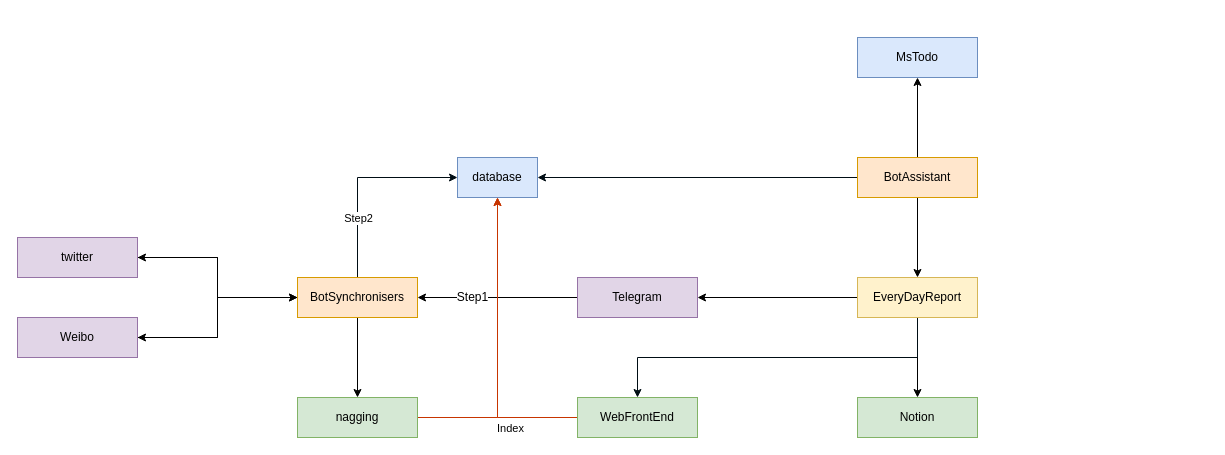
The draw.io diagram sns 同步.drawio in RekiDunois/ImagineThings, before the edit. Source tidied: cells renumbered, new cells numbered last; positions are measured from the earlier drawing's top-left corner, leaving out a move shared by most shapes. Both pictures are drawn from the tidied source at 100%, with x=0, y=0 at pixel (17, 37).
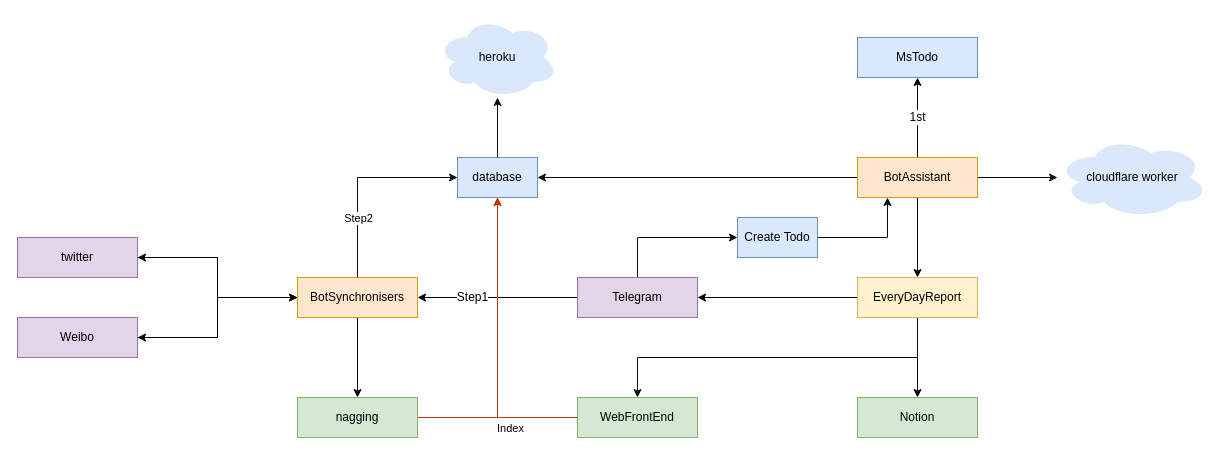
The same diagram, later.

Unchanged cells that the change refers to:
```xml
<mxCell id="3" value="Telegram" style="rounded=0;whiteSpace=wrap;html=1;fillColor=#e1d5e7;strokeColor=#9673a6;" parent="1" vertex="1">
  <mxGeometry x="560" y="240" width="120" height="40" as="geometry" />
</mxCell>
<mxCell id="14" value="database" style="rounded=0;whiteSpace=wrap;html=1;fillColor=#dae8fc;strokeColor=#6c8ebf;" parent="1" vertex="1">
  <mxGeometry x="440" y="120" width="80" height="40" as="geometry" />
</mxCell>
<mxCell id="21" value="BotAssistant" style="rounded=0;whiteSpace=wrap;html=1;fillColor=#ffe6cc;strokeColor=#d79b00;" parent="1" vertex="1">
  <mxGeometry x="840" y="120" width="120" height="40" as="geometry" />
</mxCell>
```

Diff of the diagram source:
```diff
@@
+    <mxCell id="31" style="edgeStyle=orthogonalEdgeStyle;rounded=0;jettySize=auto;html=1;exitX=0.5;exitY=0;exitDx=0;exitDy=0;entryX=0;entryY=0.5;entryDx=0;entryDy=0;strokeColor=#000D14;" parent="1" edge="1" source="3" target="38">
+      <mxGeometry relative="1" as="geometry" />
+    </mxCell>
@@
+    <mxCell id="32" style="edgeStyle=orthogonalEdgeStyle;rounded=0;jettySize=auto;html=1;strokeColor=#000D14;" parent="1" edge="1" source="14" target="34">
+      <mxGeometry relative="1" as="geometry" />
+    </mxCell>
@@
-    <mxCell id="17" value="MsTodo" style="rounded=0;whiteSpace=wrap;html=1;fillColor=#dae8fc;strokeColor=#6c8ebf;" parent="1" vertex="1">
+    <mxCell id="17" value="MsTodo" style="rounded=0;whiteSpace=wrap;html=1;fillColor=#dae8fc;strokeColor=#6C8EBF;" parent="1" vertex="1">
       <mxGeometry x="840" width="120" height="40" as="geometry" />
     </mxCell>
@@
+    <mxCell id="33" style="edgeStyle=orthogonalEdgeStyle;rounded=0;jettySize=auto;html=1;strokeColor=#000D14;" parent="1" edge="1" source="21" target="35">
+      <mxGeometry relative="1" as="geometry" />
+    </mxCell>
@@
+    <mxCell id="34" value="heroku" style="ellipse;shape=cloud;whiteSpace=wrap;html=1;rounded=0;fillColor=#DAE8FC;strokeColor=#DAE8FC;" parent="1" vertex="1">
+      <mxGeometry x="420" y="-20" width="120" height="80" as="geometry" />
+    </mxCell>
+    <mxCell id="35" value="cloudflare&amp;nbsp;worker" style="ellipse;shape=cloud;whiteSpace=wrap;html=1;rounded=0;fillColor=#DAE8FC;strokeColor=#DAE8FC;" parent="1" vertex="1">
+      <mxGeometry x="1040" y="100" width="150" height="80" as="geometry" />
+    </mxCell>
+    <mxCell id="36" value="1st" style="text;html=1;align=center;verticalAlign=middle;strokeColor=none;labelBackgroundColor=#ffffff;" parent="1" vertex="1">
+      <mxGeometry x="885" y="70" width="30" height="20" as="geometry" />
+    </mxCell>
+    <mxCell id="37" style="edgeStyle=orthogonalEdgeStyle;rounded=0;jettySize=auto;html=1;exitX=1;exitY=0.5;exitDx=0;exitDy=0;entryX=0.25;entryY=1;entryDx=0;entryDy=0;strokeColor=#000D14;" parent="1" edge="1" source="38" target="21">
+      <mxGeometry relative="1" as="geometry" />
+    </mxCell>
+    <mxCell id="38" value="Create&amp;nbsp;Todo" style="rounded=0;whiteSpace=wrap;html=1;labelBackgroundColor=none;fillColor=#DAE8FC;labelBorderColor=none;strokeColor=#6C8EBF;" parent="1" vertex="1">
+      <mxGeometry x="720" y="180" width="80" height="40" as="geometry" />
+    </mxCell>
```
